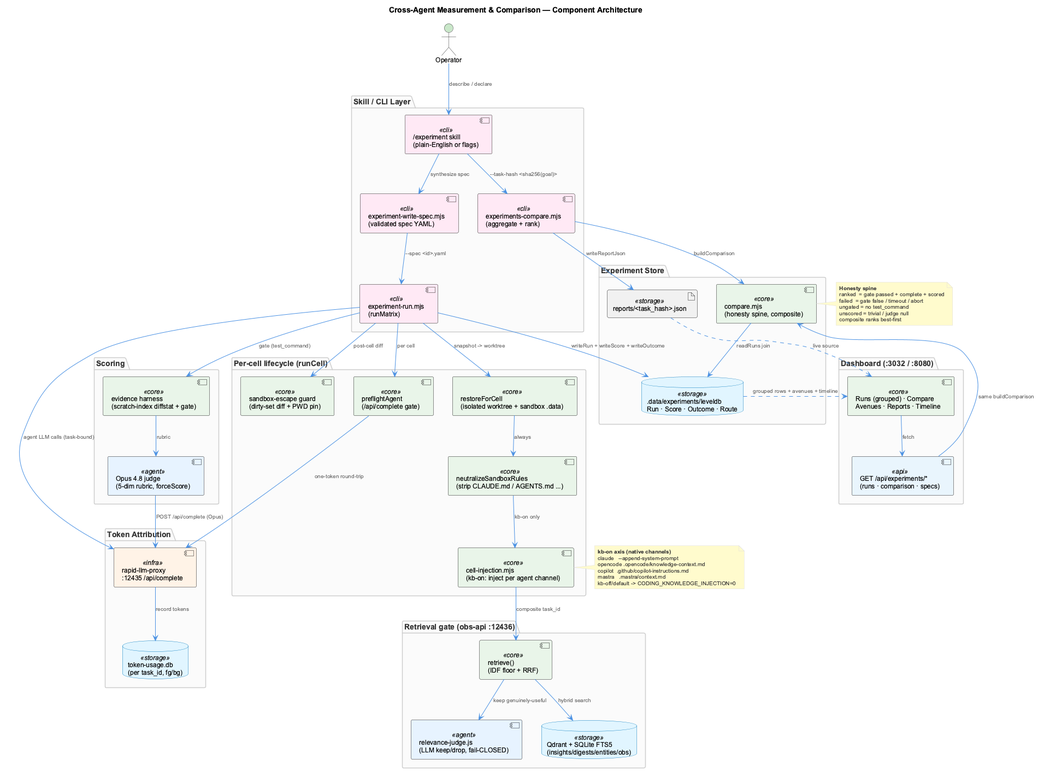
Earlier version of the PlantUML export docs/images/experiment-measurement-architecture.png (fwornle/coding).
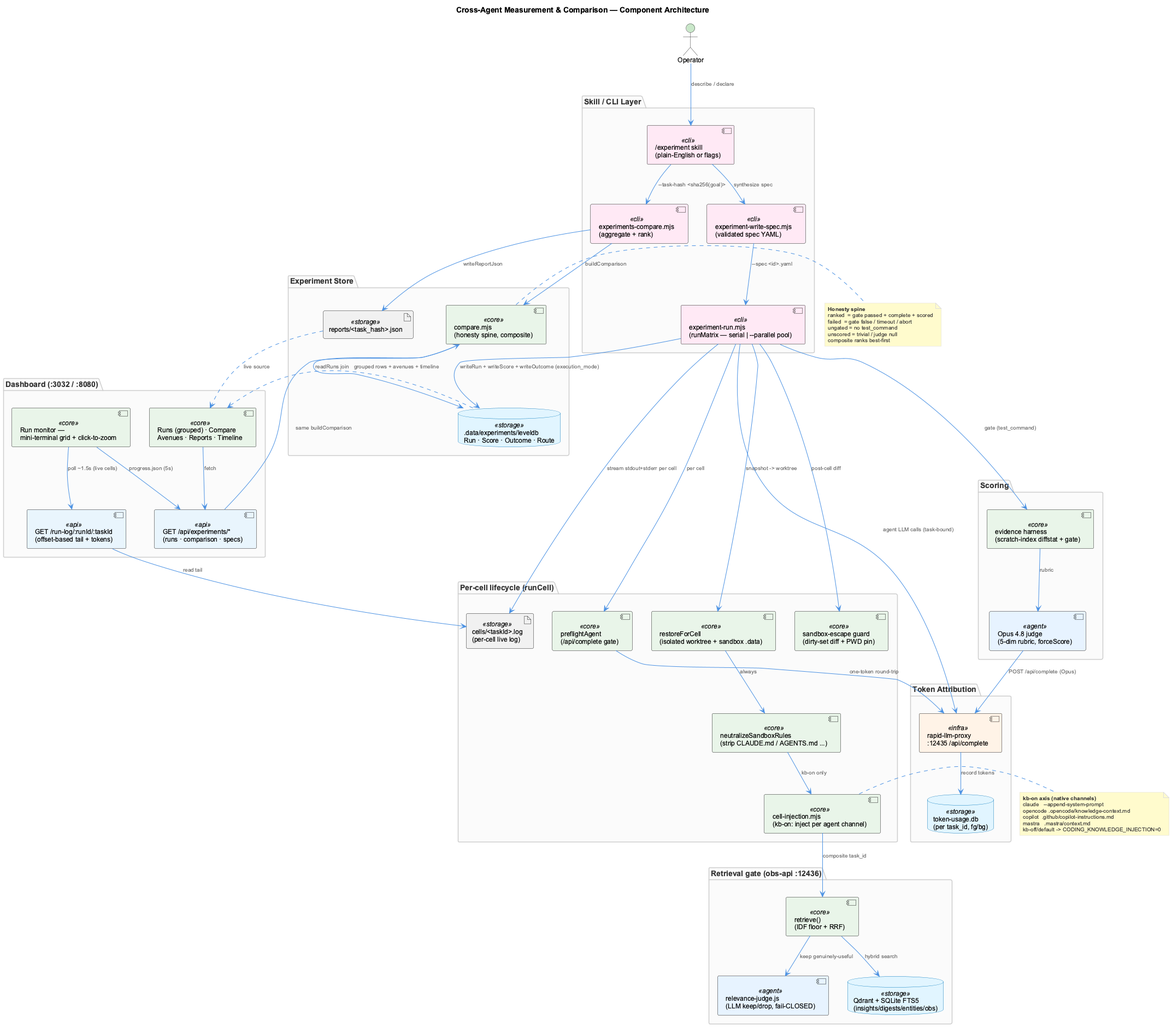
Later version of the same file.

What changed in the source:
```diff
@@ -9,7 +9,7 @@
 package "Skill / CLI Layer" as cli_layer {
   component "/experiment skill\n(plain-English or flags)" as skill <<cli>>
   component "experiment-write-spec.mjs\n(validated spec YAML)" as writer <<cli>>
-  component "experiment-run.mjs\n(runMatrix)" as runner <<cli>>
+  component "experiment-run.mjs\n(runMatrix — serial | --parallel pool)" as runner <<cli>>
   component "experiments-compare.mjs\n(aggregate + rank)" as compare_cli <<cli>>
 }
 
@@ -19,6 +19,7 @@
   component "neutralizeSandboxRules\n(strip CLAUDE.md / AGENTS.md ...)" as strip <<core>>
   component "cell-injection.mjs\n(kb-on: inject per agent channel)" as inject <<core>>
   component "sandbox-escape guard\n(dirty-set diff + PWD pin)" as escape <<core>>
+  artifact "cells/<taskId>.log\n(per-cell live log)" as celllog <<storage>>
 }
 
 package "Scoring" as score_layer {
@@ -45,7 +46,9 @@
 
 package "Dashboard (:3032 / :8080)" as ui_layer {
   component "GET /api/experiments/*\n(runs · comparison · specs)" as api <<api>>
+  component "GET /run-log/:runId/:taskId\n(offset-based tail + tokens)" as logapi <<api>>
   component "Runs (grouped) · Compare\nAvenues · Reports · Timeline" as views <<core>>
+  component "Run monitor —\nmini-terminal grid + click-to-zoom" as monitor <<core>>
 }
 
 op --> skill : describe / declare
@@ -65,7 +68,11 @@
 runner --> evidence : gate (test_command)
 evidence --> judge : rubric
 judge --> proxy : POST /api/complete (Opus)
-runner --> store : writeRun + writeScore + writeOutcome
+runner --> store : writeRun + writeScore + writeOutcome (execution_mode)
+runner --> celllog : stream stdout+stderr per cell
+logapi --> celllog : read tail
+monitor --> logapi : poll ~1.5s (live cells)
+monitor --> api : progress.json (5s)
 skill --> compare_cli : --task-hash <sha256(goal)>
 compare_cli --> compare_lib : buildComparison
 compare_lib --> store : readRuns join
```
